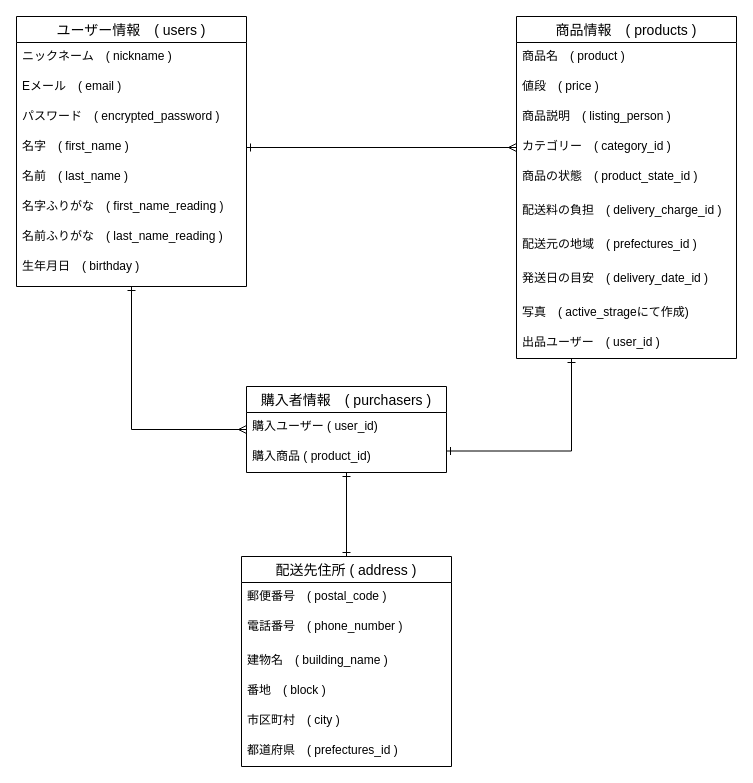
YM520-M94/furima-34252 keeps this draw.io diagram as furima_ER.dio. Above is the earlier version. Source tidied: cells renumbered, new cells numbered last; positions are measured from the earlier drawing's top-left corner, leaving out a move shared by most shapes. Both pictures are drawn from the tidied source at 100%, with x=0, y=0 at pixel (16, 16).
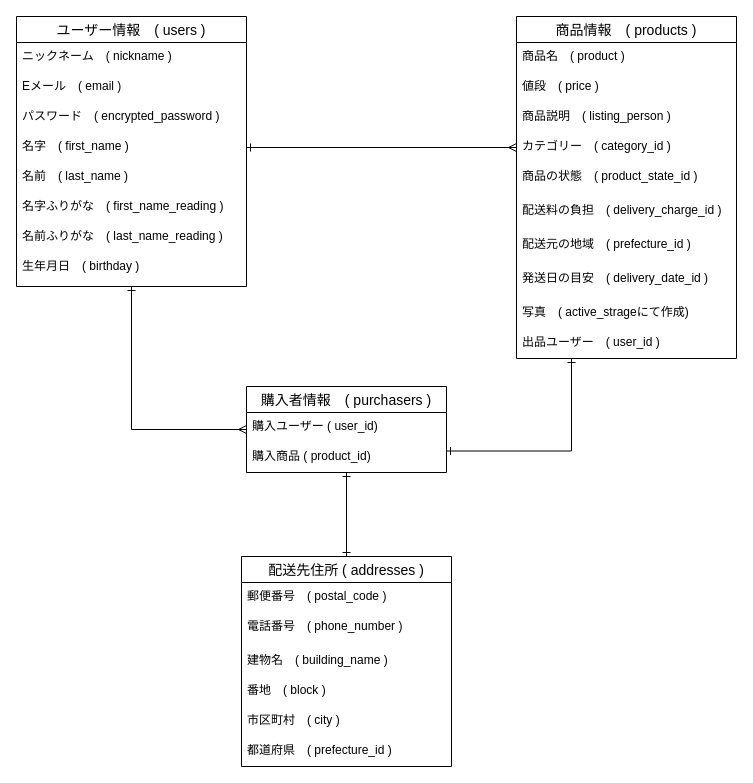
After the change.

Commit message:
修正4) DB設計　ER図作成

The change refers to these unchanged cells:
```xml
<mxCell id="6" value="商品情報　( products )" style="swimlane;fontStyle=0;horizontal=1;startSize=26;align=center;fontSize=14;" parent="1" vertex="1">
  <mxGeometry x="500" width="220" height="342" as="geometry" />
</mxCell>
```

The edit, as a diff of the source:
```diff
@@
-    <mxCell id="13" value="配送元の地域　( prefectures_id )" style="text;strokeColor=none;fillColor=none;spacingLeft=4;spacingRight=4;overflow=hidden;fontSize=12;" parent="6" vertex="1">
+    <mxCell id="13" value="配送元の地域　( prefecture_id )" style="text;strokeColor=none;fillColor=none;spacingLeft=4;spacingRight=4;overflow=hidden;fontSize=12;" parent="6" vertex="1">
       <mxGeometry y="214" width="220" height="34" as="geometry" />
     </mxCell>
@@
-    <mxCell id="30" value="配送先住所 ( address )" style="swimlane;fontStyle=0;horizontal=1;startSize=26;align=center;fontSize=14;" parent="1" vertex="1">
+    <mxCell id="30" value="配送先住所 ( addresses )" style="swimlane;fontStyle=0;horizontal=1;startSize=26;align=center;fontSize=14;" parent="1" vertex="1">
       <mxGeometry x="225" y="540" width="210" height="210" as="geometry" />
     </mxCell>
@@
-    <mxCell id="36" value="都道府県　( prefectures_id )" style="text;strokeColor=none;fillColor=none;spacingLeft=4;spacingRight=4;overflow=hidden;fontSize=12;" parent="30" vertex="1">
+    <mxCell id="36" value="都道府県　( prefecture_id )" style="text;strokeColor=none;fillColor=none;spacingLeft=4;spacingRight=4;overflow=hidden;fontSize=12;" parent="30" vertex="1">
       <mxGeometry y="180" width="210" height="30" as="geometry" />
     </mxCell>
```
